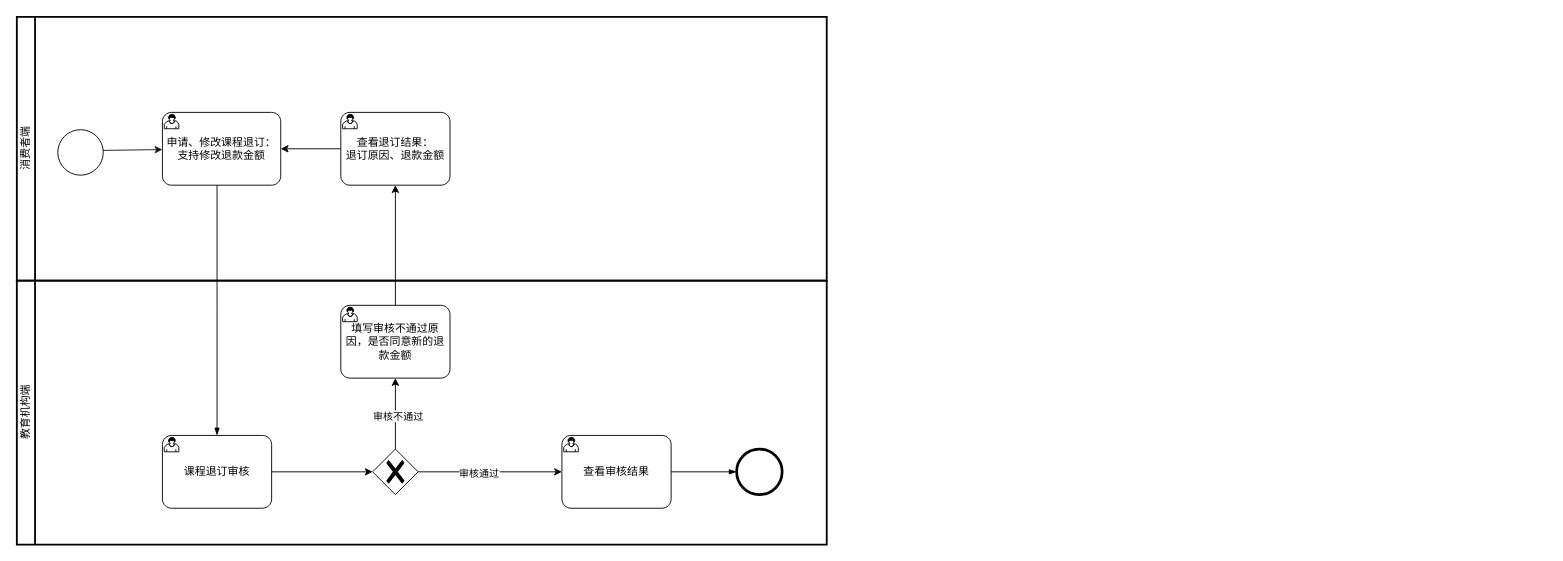
Before: page "课程退订" (3 of 5) of docs/资金监管平台流程图.drawio in cuitaocrazy/supervision, a draw.io diagram. Source tidied: cells renumbered, new cells numbered last; positions are measured from the earlier drawing's top-left corner, leaving out a move shared by most shapes. Both pictures are drawn from the tidied source at 91%, with x=0, y=0 at pixel (16, 16).
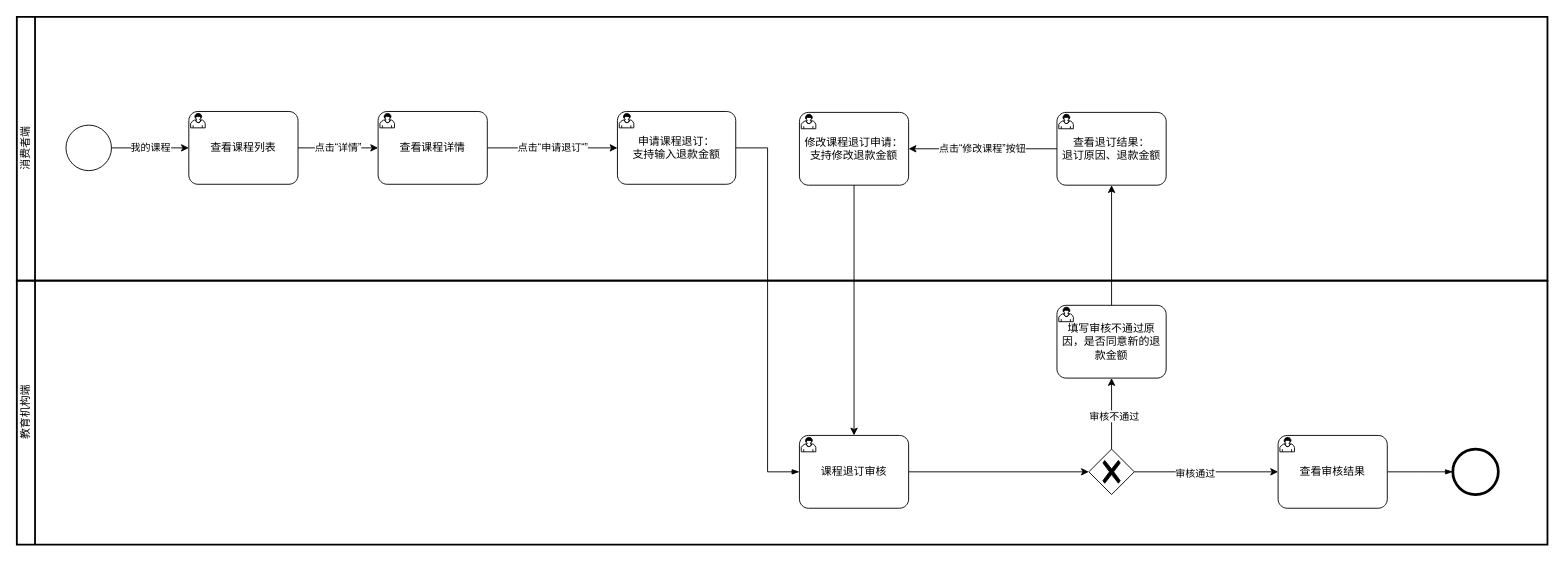
The same diagram, later.

Change to the diagram source:
```diff
@@
     <mxCell id="2" value="消费者端" style="swimlane;html=1;startSize=20;fontStyle=0;horizontal=0;swimlaneLine=1;swimlaneFillColor=#ffffff;strokeWidth=2;" parent="1" vertex="1">
-      <mxGeometry width="890" height="290" as="geometry" />
+      <mxGeometry width="1682" height="290" as="geometry" />
     </mxCell>
-    <mxCell id="3" style="edgeStyle=none;html=1;strokeColor=#1A1A1A;" parent="2" edge="1" target="5">
-      <mxGeometry relative="1" as="geometry">
-        <mxPoint x="85" y="146.9" as="sourcePoint" />
-      </mxGeometry>
-    </mxCell>
+    <mxCell id="22" value="我的课程" style="edgeStyle=orthogonalEdgeStyle;rounded=0;jettySize=auto;html=1;" parent="2" edge="1" source="4" target="26">
+      <mxGeometry relative="1" as="geometry" />
+    </mxCell>
     <mxCell id="4" style="points=[[0.145,0.145,0],[0.5,0,0],[0.855,0.145,0],[1,0.5,0],[0.855,0.855,0],[0.5,1,0],[0.145,0.855,0],[0,0.5,0]];shape=mxgraph.bpmn.event;html=1;verticalLabelPosition=bottom;labelBackgroundColor=#ffffff;verticalAlign=top;align=center;perimeter=ellipsePerimeter;outlineConnect=0;outline=standard;symbol=general;" parent="2" vertex="1">
-      <mxGeometry x="45" y="124" width="50" height="50" as="geometry" />
+      <mxGeometry x="54" y="119" width="50" height="50" as="geometry" />
     </mxCell>
-    <mxCell id="5" value="申请、修改课程退订：&#10;支持修改退款金额" style="points=[[0.25,0,0],[0.5,0,0],[0.75,0,0],[1,0.25,0],[1,0.5,0],[1,0.75,0],[0.75,1,0],[0.5,1,0],[0.25,1,0],[0,0.75,0],[0,0.5,0],[0,0.25,0]];shape=mxgraph.bpmn.task;whiteSpace=wrap;rectStyle=rounded;size=10;taskMarker=user;" parent="2" vertex="1">
-      <mxGeometry x="160" y="105" width="130" height="80" as="geometry" />
+    <mxCell id="5" value="申请课程退订：&#10;支持输入退款金额" style="points=[[0.25,0,0],[0.5,0,0],[0.75,0,0],[1,0.25,0],[1,0.5,0],[1,0.75,0],[0.75,1,0],[0.5,1,0],[0.25,1,0],[0,0.75,0],[0,0.5,0],[0,0.25,0]];shape=mxgraph.bpmn.task;whiteSpace=wrap;rectStyle=rounded;size=10;taskMarker=user;" parent="2" vertex="1">
+      <mxGeometry x="660" y="104" width="130" height="80" as="geometry" />
     </mxCell>
-    <mxCell id="6" style="edgeStyle=orthogonalEdgeStyle;rounded=0;jettySize=auto;html=1;entryX=1;entryY=0.5;entryDx=0;entryDy=0;entryPerimeter=0;" parent="2" edge="1" source="7" target="5">
-      <mxGeometry relative="1" as="geometry" />
-    </mxCell>
+    <mxCell id="23" value="点击“修改课程”按钮" style="edgeStyle=orthogonalEdgeStyle;rounded=0;jettySize=auto;html=1;" parent="2" edge="1" source="7" target="24">
+      <mxGeometry relative="1" as="geometry" />
+    </mxCell>
     <mxCell id="7" value="查看退订结果：&#10;退订原因、退款金额" style="points=[[0.25,0,0],[0.5,0,0],[0.75,0,0],[1,0.25,0],[1,0.5,0],[1,0.75,0],[0.75,1,0],[0.5,1,0],[0.25,1,0],[0,0.75,0],[0,0.5,0],[0,0.25,0]];shape=mxgraph.bpmn.task;whiteSpace=wrap;rectStyle=rounded;size=10;taskMarker=user;" parent="2" vertex="1">
-      <mxGeometry x="356" y="105" width="120" height="80" as="geometry" />
+      <mxGeometry x="1143" y="105" width="120" height="80" as="geometry" />
     </mxCell>
+    <mxCell id="24" value="修改课程退订申请：&#10;支持修改退款金额" style="points=[[0.25,0,0],[0.5,0,0],[0.75,0,0],[1,0.25,0],[1,0.5,0],[1,0.75,0],[0.75,1,0],[0.5,1,0],[0.25,1,0],[0,0.75,0],[0,0.5,0],[0,0.25,0]];shape=mxgraph.bpmn.task;whiteSpace=wrap;rectStyle=rounded;size=10;taskMarker=user;" parent="2" vertex="1">
+      <mxGeometry x="860" y="105" width="120" height="80" as="geometry" />
+    </mxCell>
+    <mxCell id="25" value="点击“详情”" style="edgeStyle=orthogonalEdgeStyle;rounded=0;jettySize=auto;html=1;" parent="2" edge="1" source="26" target="28">
+      <mxGeometry relative="1" as="geometry" />
+    </mxCell>
+    <mxCell id="26" value="查看课程列表" style="points=[[0.25,0,0],[0.5,0,0],[0.75,0,0],[1,0.25,0],[1,0.5,0],[1,0.75,0],[0.75,1,0],[0.5,1,0],[0.25,1,0],[0,0.75,0],[0,0.5,0],[0,0.25,0]];shape=mxgraph.bpmn.task;whiteSpace=wrap;rectStyle=rounded;size=10;taskMarker=user;" parent="2" vertex="1">
+      <mxGeometry x="189" y="104" width="120" height="80" as="geometry" />
+    </mxCell>
+    <mxCell id="27" value="点击“申请退订“”" style="edgeStyle=orthogonalEdgeStyle;rounded=0;jettySize=auto;html=1;" parent="2" edge="1" source="28" target="5">
+      <mxGeometry relative="1" as="geometry" />
+    </mxCell>
+    <mxCell id="28" value="查看课程详情" style="points=[[0.25,0,0],[0.5,0,0],[0.75,0,0],[1,0.25,0],[1,0.5,0],[1,0.75,0],[0.75,1,0],[0.5,1,0],[0.25,1,0],[0,0.75,0],[0,0.5,0],[0,0.25,0]];shape=mxgraph.bpmn.task;whiteSpace=wrap;rectStyle=rounded;size=10;taskMarker=user;" parent="2" vertex="1">
+      <mxGeometry x="397" y="104" width="120" height="80" as="geometry" />
+    </mxCell>
     <mxCell id="8" value="教育机构端" style="swimlane;html=1;startSize=20;fontStyle=0;horizontal=0;swimlaneLine=1;swimlaneFillColor=#ffffff;strokeWidth=2;" parent="1" vertex="1">
-      <mxGeometry y="290" width="890" height="290" as="geometry" />
+      <mxGeometry y="290" width="1682" height="290" as="geometry" />
     </mxCell>
@@
     <mxCell id="14" style="points=[[0.25,0.25,0],[0.5,0,0],[0.75,0.25,0],[1,0.5,0],[0.75,0.75,0],[0.5,1,0],[0.25,0.75,0],[0,0.5,0]];shape=mxgraph.bpmn.gateway2;html=1;verticalLabelPosition=bottom;labelBackgroundColor=#ffffff;verticalAlign=top;align=center;perimeter=rhombusPerimeter;outlineConnect=0;outline=none;symbol=none;gwType=exclusive;" parent="8" vertex="1">
-      <mxGeometry x="391" y="185" width="50" height="50" as="geometry" />
+      <mxGeometry x="1178" y="185" width="50" height="50" as="geometry" />
     </mxCell>
     <mxCell id="15" style="points=[[0.145,0.145,0],[0.5,0,0],[0.855,0.145,0],[1,0.5,0],[0.855,0.855,0],[0.5,1,0],[0.145,0.855,0],[0,0.5,0]];shape=mxgraph.bpmn.event;html=1;verticalLabelPosition=bottom;labelBackgroundColor=#ffffff;verticalAlign=top;align=center;perimeter=ellipsePerimeter;outlineConnect=0;outline=end;symbol=terminate2;" parent="8" vertex="1">
-      <mxGeometry x="791" y="185" width="50" height="50" as="geometry" />
+      <mxGeometry x="1578" y="185" width="50" height="50" as="geometry" />
     </mxCell>
@@
     <mxCell id="17" value="课程退订审核" style="points=[[0.25,0,0],[0.5,0,0],[0.75,0,0],[1,0.25,0],[1,0.5,0],[1,0.75,0],[0.75,1,0],[0.5,1,0],[0.25,1,0],[0,0.75,0],[0,0.5,0],[0,0.25,0]];shape=mxgraph.bpmn.task;whiteSpace=wrap;rectStyle=rounded;size=10;taskMarker=user;" parent="8" vertex="1">
-      <mxGeometry x="160" y="170" width="120" height="80" as="geometry" />
+      <mxGeometry x="860" y="170" width="120" height="80" as="geometry" />
     </mxCell>
     <mxCell id="18" value="填写审核不通过原因，是否同意新的退款金额" style="points=[[0.25,0,0],[0.5,0,0],[0.75,0,0],[1,0.25,0],[1,0.5,0],[1,0.75,0],[0.75,1,0],[0.5,1,0],[0.25,1,0],[0,0.75,0],[0,0.5,0],[0,0.25,0]];shape=mxgraph.bpmn.task;whiteSpace=wrap;rectStyle=rounded;size=10;taskMarker=user;" parent="8" vertex="1">
-      <mxGeometry x="356" y="27" width="120" height="80" as="geometry" />
+      <mxGeometry x="1143" y="27" width="120" height="80" as="geometry" />
     </mxCell>
     <mxCell id="19" value="查看审核结果" style="points=[[0.25,0,0],[0.5,0,0],[0.75,0,0],[1,0.25,0],[1,0.5,0],[1,0.75,0],[0.75,1,0],[0.5,1,0],[0.25,1,0],[0,0.75,0],[0,0.5,0],[0,0.25,0]];shape=mxgraph.bpmn.task;whiteSpace=wrap;rectStyle=rounded;size=10;taskMarker=user;" parent="8" vertex="1">
-      <mxGeometry x="599" y="170" width="120" height="80" as="geometry" />
+      <mxGeometry x="1386" y="170" width="120" height="80" as="geometry" />
     </mxCell>
@@
+    <mxCell id="29" style="edgeStyle=orthogonalEdgeStyle;rounded=0;jettySize=auto;html=1;" parent="1" edge="1" source="24" target="17">
+      <mxGeometry relative="1" as="geometry" />
+    </mxCell>
```
